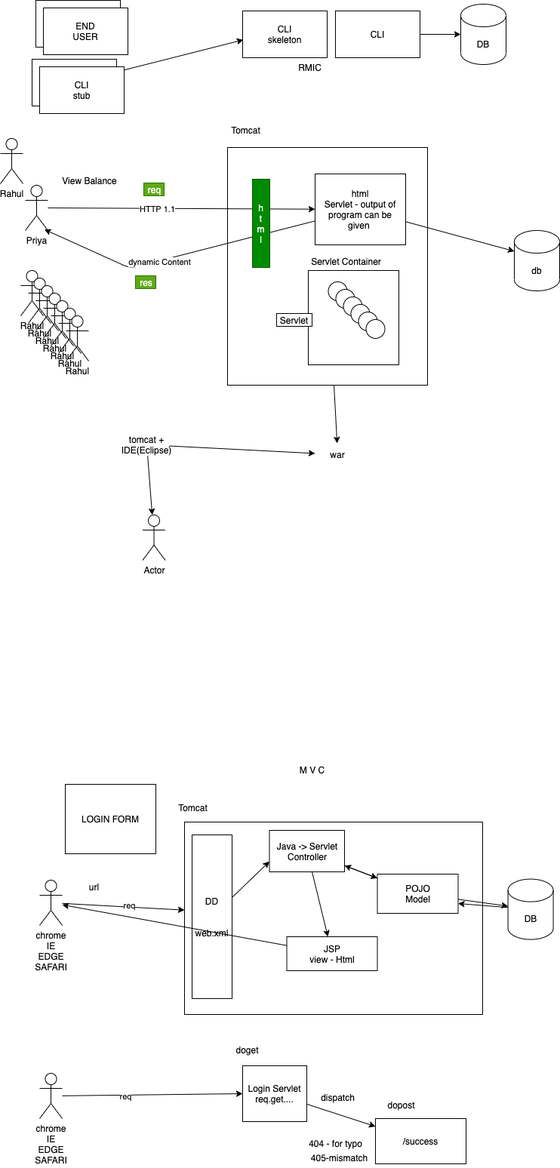
This is images/day18.drawio.png from adithnaveen/sapient-inters-jan-2022, a draw.io export, as it was before one commit. Source tidied: cells renumbered, new cells last; positions are measured from the earlier drawing's top-left corner, leaving out a move shared by most shapes.
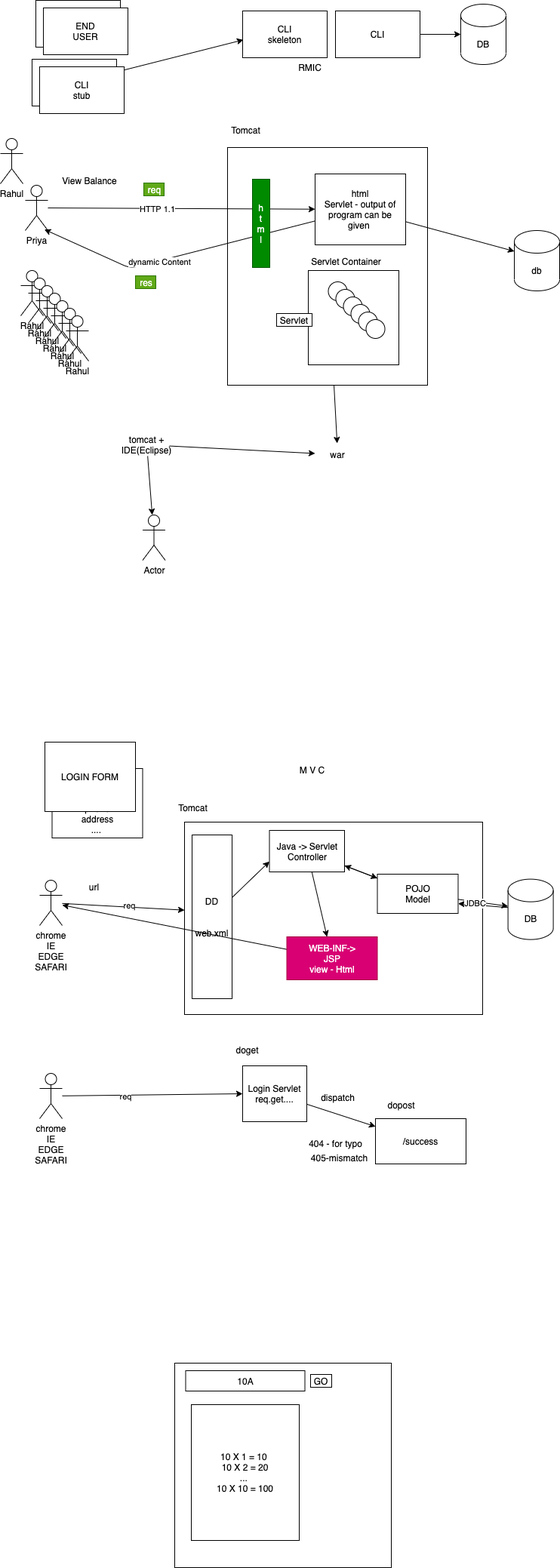
The same diagram one commit later.

Diff of the diagram source:
```diff
@@ -192,21 +192,21 @@
     <mxCell id="63" style="edgeStyle=none;html=1;entryX=1;entryY=0.75;entryDx=0;entryDy=0;" parent="1" edge="1" source="64" target="62">
       <mxGeometry relative="1" as="geometry" />
     </mxCell>
+    <mxCell id="80" value="JDBC" style="edgeLabel;html=1;align=center;verticalAlign=middle;" parent="63" vertex="1">
+      <mxGeometry x="0.35" y="-2" relative="1" as="geometry" />
+    </mxCell>
     <mxCell id="64" value="DB" style="shape=cylinder3;whiteSpace=wrap;html=1;boundedLbl=1;backgroundOutline=1;size=15;" parent="1" vertex="1">
       <mxGeometry x="672.6" y="1164.6" width="60" height="80" as="geometry" />
     </mxCell>
     <mxCell id="65" style="edgeStyle=none;html=1;" parent="1" edge="1" source="66" target="51">
       <mxGeometry relative="1" as="geometry" />
     </mxCell>
-    <mxCell id="66" value="JSP&lt;br&gt;view - Html" style="rounded=0;whiteSpace=wrap;html=1;" parent="1" vertex="1">
-      <mxGeometry x="379.5" y="1241" width="120" height="45" as="geometry" />
+    <mxCell id="66" value="WEB-INF-&amp;gt;&lt;br&gt;JSP&lt;br&gt;view - Html" style="rounded=0;whiteSpace=wrap;html=1;fillColor=#d80073;fontColor=#ffffff;strokeColor=#A50040;" parent="1" vertex="1">
+      <mxGeometry x="379.5" y="1241" width="120" height="57" as="geometry" />
     </mxCell>
     <mxCell id="67" value="M V C" style="text;html=1;align=center;verticalAlign=middle;strokeColor=none;fillColor=none;" parent="1" vertex="1">
       <mxGeometry x="392" y="1011" width="42" height="17" as="geometry" />
     </mxCell>
-    <mxCell id="68" value="LOGIN FORM" style="rounded=0;whiteSpace=wrap;html=1;" parent="1" vertex="1">
-      <mxGeometry x="86" y="1039" width="120" height="92" as="geometry" />
-    </mxCell>
     <mxCell id="69" style="edgeStyle=none;html=1;" parent="1" edge="1" source="70" target="71">
       <mxGeometry relative="1" as="geometry" />
     </mxCell>
@@ -240,5 +240,23 @@
     <mxCell id="79" value="405-mismatch" style="text;html=1;align=center;verticalAlign=middle;strokeColor=none;fillColor=none;" parent="1" vertex="1">
       <mxGeometry x="407" y="1525" width="84" height="17" as="geometry" />
     </mxCell>
+    <mxCell id="81" style="rounded=0;whiteSpace=wrap;html=1;" parent="1" vertex="1">
+      <mxGeometry x="231" y="1806" width="287" height="271" as="geometry" />
+    </mxCell>
+    <mxCell id="82" value="10A" style="rounded=0;whiteSpace=wrap;html=1;" parent="1" vertex="1">
+      <mxGeometry x="245.5" y="1816" width="158" height="27" as="geometry" />
+    </mxCell>
+    <mxCell id="83" value="GO" style="rounded=0;whiteSpace=wrap;html=1;" parent="1" vertex="1">
+      <mxGeometry x="411" y="1821" width="28" height="17" as="geometry" />
+    </mxCell>
+    <mxCell id="84" value="10 X 1 = 10&amp;nbsp;&lt;br&gt;10 X 2 = 20&lt;br&gt;...&amp;nbsp;&lt;br&gt;10 X 10 = 100" style="rounded=0;whiteSpace=wrap;html=1;" parent="1" vertex="1">
+      <mxGeometry x="253" y="1861" width="143" height="180" as="geometry" />
+    </mxCell>
+    <mxCell id="85" value="Registration Form&lt;br&gt;emial&amp;nbsp;&lt;br&gt;name&amp;nbsp;&lt;br&gt;phone&lt;br&gt;address&lt;br&gt;....&amp;nbsp;" style="rounded=0;whiteSpace=wrap;html=1;" parent="1" vertex="1">
+      <mxGeometry x="68.5" y="1018" width="120" height="92" as="geometry" />
+    </mxCell>
+    <mxCell id="68" value="LOGIN FORM" style="rounded=0;whiteSpace=wrap;html=1;" parent="1" vertex="1">
+      <mxGeometry x="59" y="983" width="120" height="92" as="geometry" />
+    </mxCell>
   </root>
 </mxGraphModel>
```
